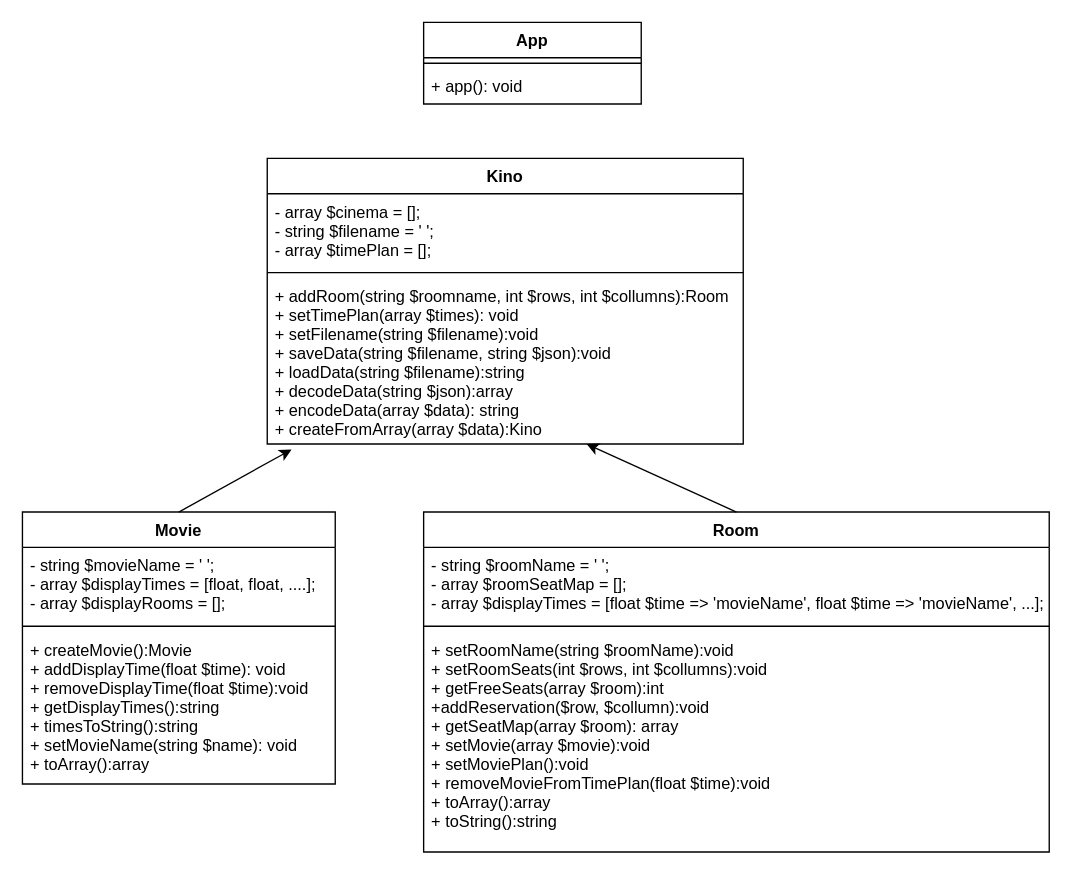
The draw.io diagram alternate/planing/classdiagram.drawio in ultimategiantteam/ciname, before the edit. Source tidied: cells renumbered, new cells numbered last; positions are measured from the earlier drawing's top-left corner, leaving out a move shared by most shapes. Both pictures are drawn from the tidied source at 136%, with x=0, y=0 at pixel (22, 22).
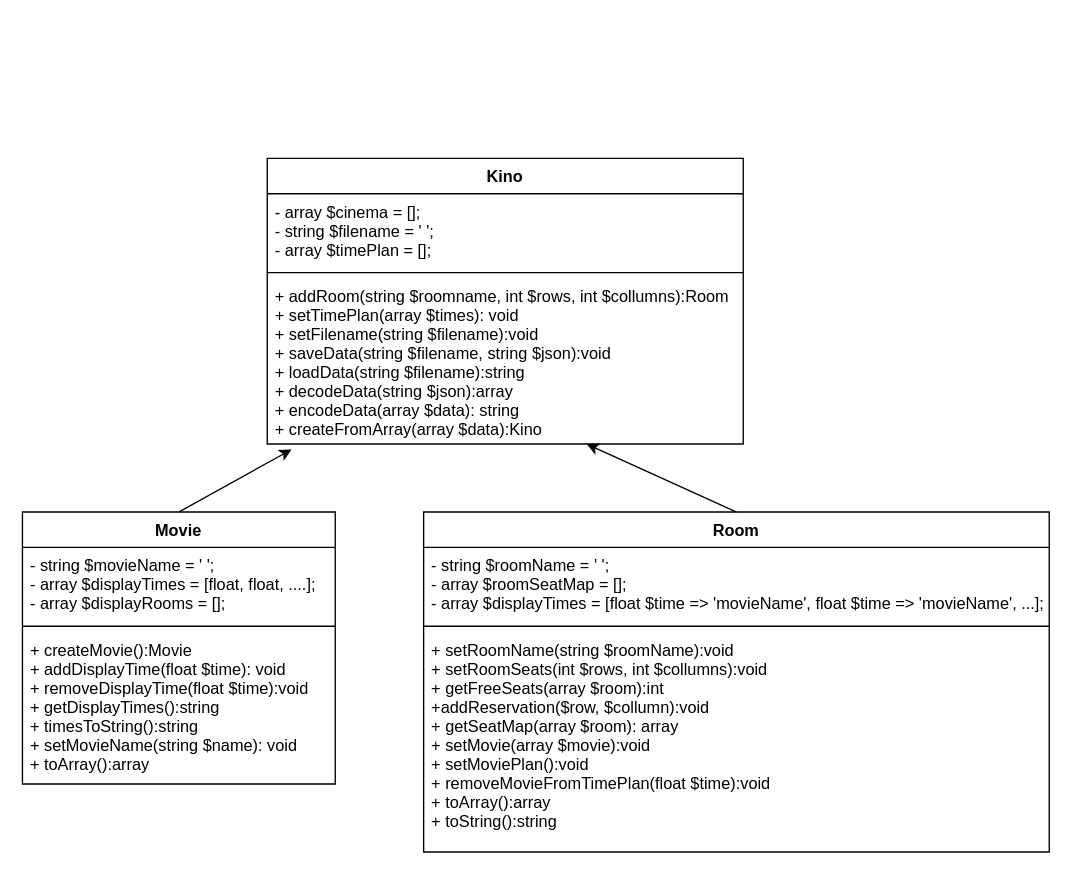
After the change.

Change to the diagram source:
```diff
@@
 <mxGraphModel>
   <root>
     <mxCell id="0" />
     <mxCell id="1" parent="0" />
     <mxCell id="2" value="Kino" style="swimlane;fontStyle=1;align=center;verticalAlign=top;horizontal=1;startSize=26;" parent="1" vertex="1">
       <mxGeometry x="180" y="100" width="350" height="210" as="geometry" />
     </mxCell>
     <mxCell id="3" value="- array $cinema = [];&#10;- string $filename = ' ';&#10;- array $timePlan = [];" style="text;strokeColor=none;fillColor=none;align=left;verticalAlign=top;spacingLeft=4;spacingRight=4;overflow=hidden;" parent="2" vertex="1">
       <mxGeometry y="26" width="350" height="54" as="geometry" />
     </mxCell>
     <mxCell id="4" style="line;strokeWidth=1;fillColor=none;align=left;verticalAlign=middle;spacingTop=-1;spacingLeft=3;spacingRight=3;labelPosition=right;" parent="2" vertex="1">
       <mxGeometry y="80" width="350" height="8" as="geometry" />
     </mxCell>
     <mxCell id="5" value="+ addRoom(string $roomname, int $rows, int $collumns):Room&#10;+ setTimePlan(array $times): void&#10;+ setFilename(string $filename):void&#10;+ saveData(string $filename, string $json):void&#10;+ loadData(string $filename):string&#10;+ decodeData(string $json):array&#10;+ encodeData(array $data): string&#10;+ createFromArray(array $data):Kino" style="text;strokeColor=none;fillColor=none;align=left;verticalAlign=top;spacingLeft=4;spacingRight=4;overflow=hidden;points=[[0,0.5],[1,0.5]];portConstraint=eastwest;" parent="2" vertex="1">
       <mxGeometry y="88" width="350" height="122" as="geometry" />
     </mxCell>
-    <mxCell id="6" value="App" style="swimlane;fontStyle=1;align=center;verticalAlign=top;horizontal=1;startSize=26;" parent="1" vertex="1">
-      <mxGeometry x="295" width="160" height="60" as="geometry" />
-    </mxCell>
-    <mxCell id="7" style="line;strokeWidth=1;fillColor=none;align=left;verticalAlign=middle;spacingTop=-1;spacingLeft=3;spacingRight=3;labelPosition=right;" parent="6" vertex="1">
-      <mxGeometry y="26" width="160" height="8" as="geometry" />
-    </mxCell>
-    <mxCell id="8" value="+ app(): void" style="text;strokeColor=none;fillColor=none;align=left;verticalAlign=top;spacingLeft=4;spacingRight=4;overflow=hidden;" parent="6" vertex="1">
-      <mxGeometry y="34" width="160" height="26" as="geometry" />
-    </mxCell>
     <mxCell id="9" value="Movie" style="swimlane;fontStyle=1;align=center;verticalAlign=top;horizontal=1;startSize=26;" parent="1" vertex="1">
       <mxGeometry y="360" width="230" height="200" as="geometry" />
     </mxCell>
     <mxCell id="10" value="- string $movieName = ' ';&#10;- array $displayTimes = [float, float, ....];&#10;- array $displayRooms = [];" style="text;strokeColor=none;fillColor=none;align=left;verticalAlign=top;spacingLeft=4;spacingRight=4;overflow=hidden;" parent="9" vertex="1">
       <mxGeometry y="26" width="230" height="54" as="geometry" />
     </mxCell>
     <mxCell id="11" style="line;strokeWidth=1;fillColor=none;align=left;verticalAlign=middle;spacingTop=-1;spacingLeft=3;spacingRight=3;labelPosition=right;" parent="9" vertex="1">
       <mxGeometry y="80" width="230" height="8" as="geometry" />
     </mxCell>
     <mxCell id="12" value="+ createMovie():Movie&#10;+ addDisplayTime(float $time): void&#10;+ removeDisplayTime(float $time):void&#10;+ getDisplayTimes():string&#10;+ timesToString():string&#10;+ setMovieName(string $name): void&#10;+ toArray():array&#10;&#10;" style="text;strokeColor=none;fillColor=none;align=left;verticalAlign=top;spacingLeft=4;spacingRight=4;overflow=hidden;" parent="9" vertex="1">
       <mxGeometry y="88" width="230" height="112" as="geometry" />
     </mxCell>
     <mxCell id="13" value="Room" style="swimlane;fontStyle=1;align=center;verticalAlign=top;horizontal=1;startSize=26;" parent="1" vertex="1">
       <mxGeometry x="295" y="360" width="460" height="250" as="geometry" />
     </mxCell>
     <mxCell id="14" value="- string $roomName = ' ';&#10;- array $roomSeatMap = [];&#10;- array $displayTimes = [float $time =&gt; 'movieName', float $time =&gt; 'movieName', ...];&#10;" style="text;strokeColor=none;fillColor=none;align=left;verticalAlign=top;spacingLeft=4;spacingRight=4;overflow=hidden;" parent="13" vertex="1">
       <mxGeometry y="26" width="460" height="54" as="geometry" />
     </mxCell>
     <mxCell id="15" style="line;strokeWidth=1;fillColor=none;align=left;verticalAlign=middle;spacingTop=-1;spacingLeft=3;spacingRight=3;labelPosition=right;" parent="13" vertex="1">
       <mxGeometry y="80" width="460" height="8" as="geometry" />
     </mxCell>
     <mxCell id="16" value="+ setRoomName(string $roomName):void&#10;+ setRoomSeats(int $rows, int $collumns):void&#10;+ getFreeSeats(array $room):int&#10;+addReservation($row, $collumn):void&#10;+ getSeatMap(array $room): array&#10;+ setMovie(array $movie):void&#10;+ setMoviePlan():void&#10;+ removeMovieFromTimePlan(float $time):void&#10;+ toArray():array&#10;+ toString():string&#10;" style="text;strokeColor=none;fillColor=none;align=left;verticalAlign=top;spacingLeft=4;spacingRight=4;overflow=hidden;" parent="13" vertex="1">
       <mxGeometry y="88" width="460" height="162" as="geometry" />
     </mxCell>
     <mxCell id="17" style="endArrow=classic;html=1;entryX=0.051;entryY=1.033;entryDx=0;entryDy=0;entryPerimeter=0;exitX=0.5;exitY=0;exitDx=0;exitDy=0;" parent="1" edge="1" source="9" target="5">
       <mxGeometry relative="1" as="geometry" />
     </mxCell>
     <mxCell id="18" style="endArrow=classic;html=1;entryX=0.671;entryY=1;entryDx=0;entryDy=0;entryPerimeter=0;exitX=0.5;exitY=0;exitDx=0;exitDy=0;" parent="1" edge="1" source="13" target="5">
       <mxGeometry relative="1" as="geometry" />
     </mxCell>
   </root>
 </mxGraphModel>
```
